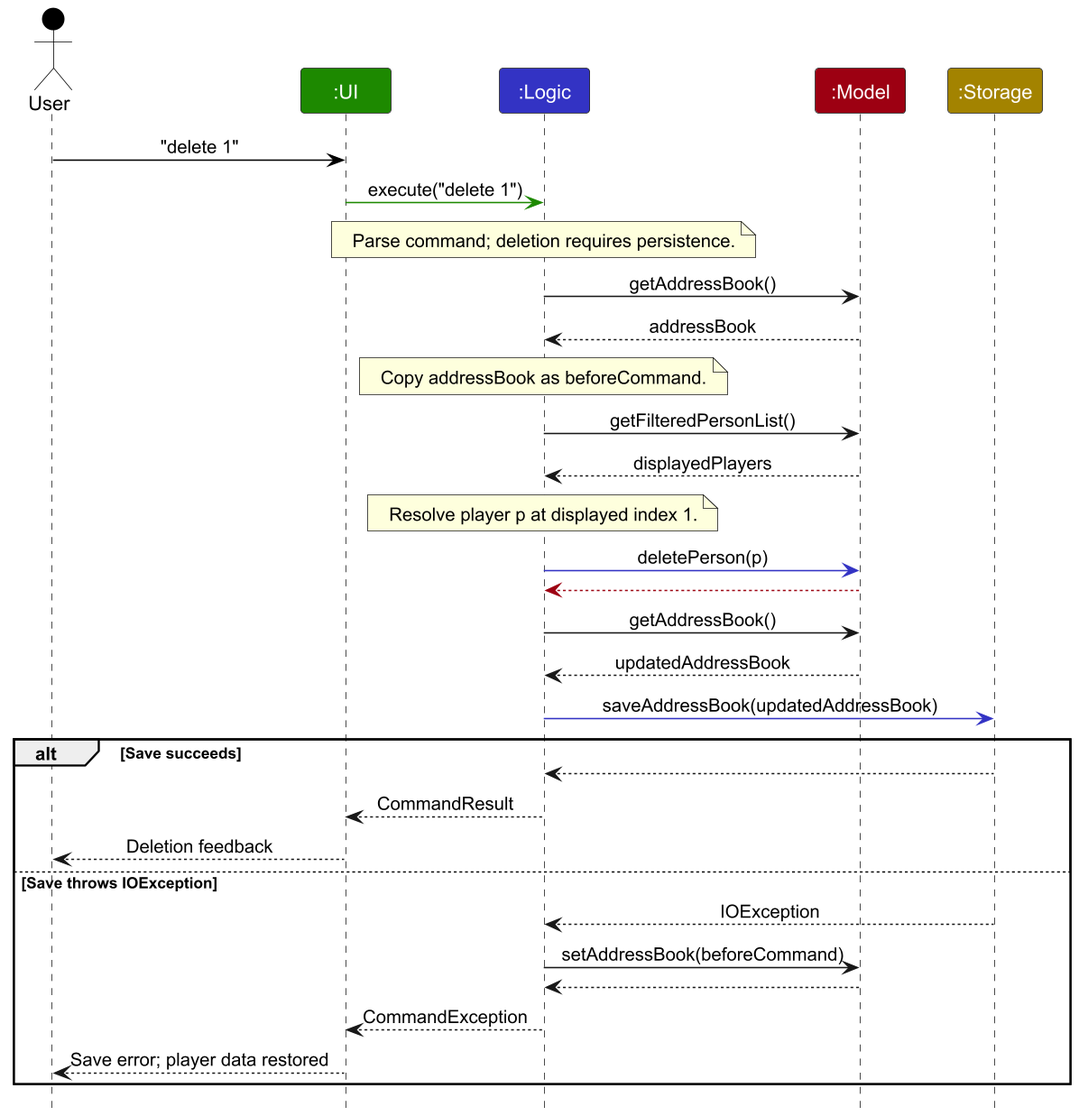
Above: docs/images/ArchitectureSequenceDiagram.png in AY2627S1-CS2103T-F11-3/tp (PlantUML), before the change.
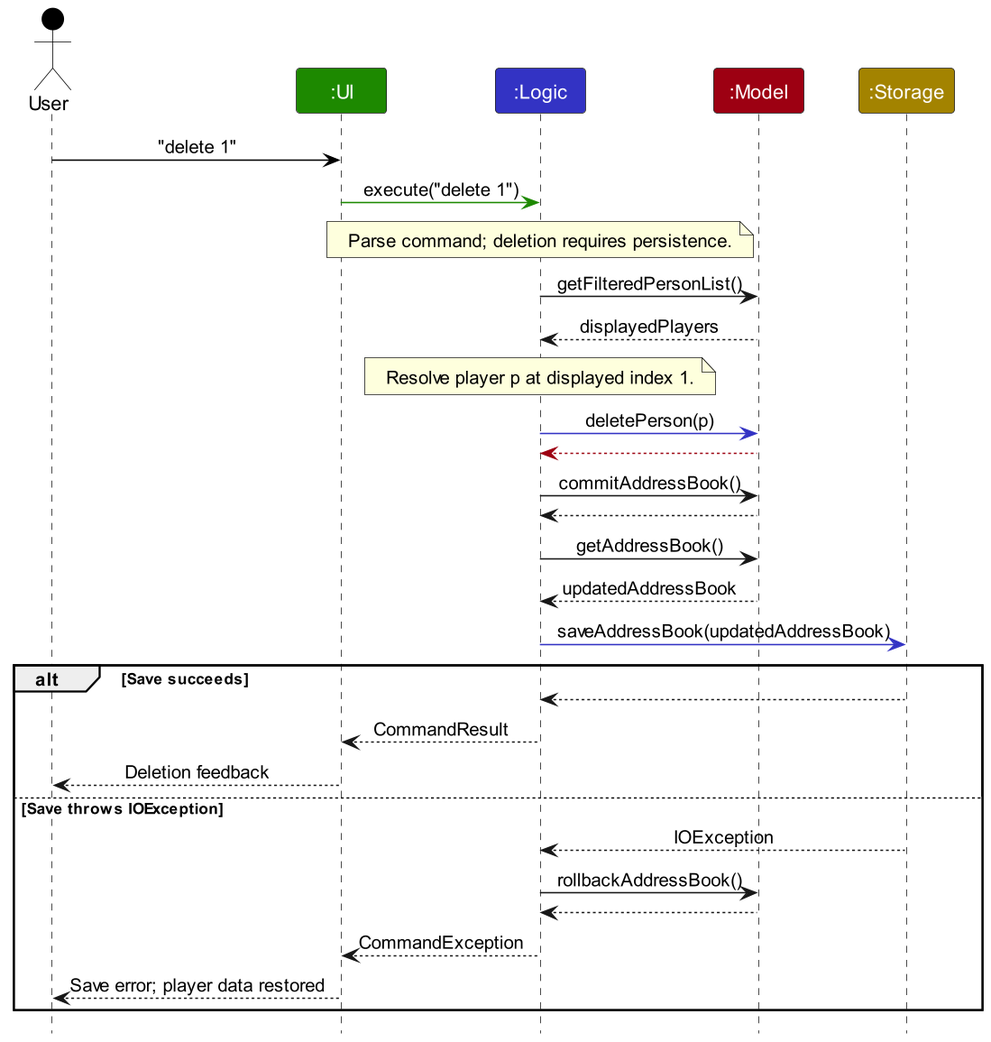
The same file after the commit.

Commit message:
Update user guide and deletion sequence diagrams

Change to the diagram source:
```diff
@@ -14,10 +14,6 @@
 ui -[UI_COLOR]> logic : execute("delete 1")
 
 note over logic : Parse command; deletion requires persistence.
-logic -> model : getAddressBook()
-model --> logic : addressBook
-note over logic : Copy addressBook as beforeCommand.
-
 logic -> model : getFilteredPersonList()
 model --> logic : displayedPlayers
 note over logic : Resolve player p at displayed index 1.
@@ -25,6 +21,8 @@
 logic -[LOGIC_COLOR]> model : deletePerson(p)
 
 model -[MODEL_COLOR]-> logic
+logic -> model : commitAddressBook()
+model --> logic
 
 logic -> model : getAddressBook()
 model --> logic : updatedAddressBook
@@ -37,7 +35,7 @@
     ui --> user : Deletion feedback
 else Save throws IOException
     storage --> logic : IOException
-    logic -> model : setAddressBook(beforeCommand)
+    logic -> model : rollbackAddressBook()
     model --> logic
     logic --> ui : CommandException
     ui --> user : Save error; player data restored
```
